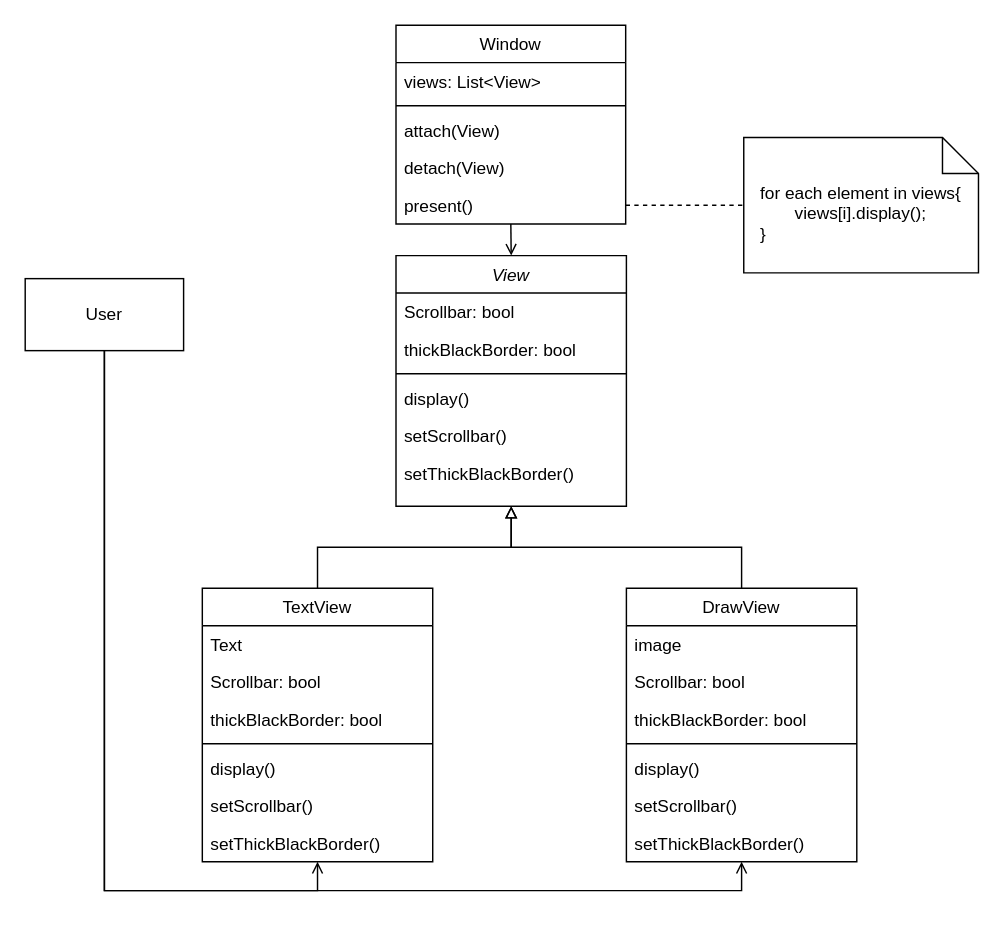
Above: 0506_HW1.drawio in Janette-Hua/111-1-Software-Engineering-Design (draw.io), before the change. Source tidied: cells renumbered, new cells numbered last; positions are measured from the earlier drawing's top-left corner, leaving out a move shared by most shapes. Both pictures are drawn from the tidied source at 144%, with x=0, y=0 at pixel (24, 24).
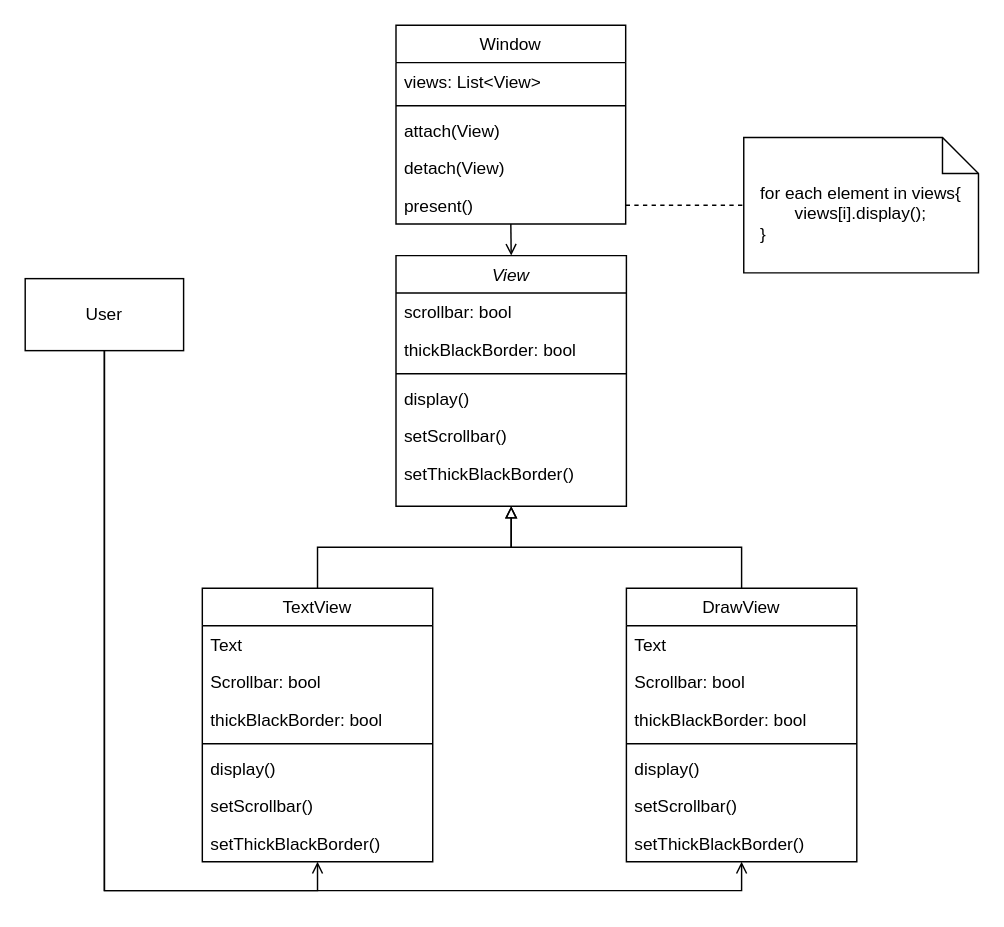
The same diagram, later.

Unchanged cells that the change refers to:
```xml
<mxCell id="19" value="DrawView" style="swimlane;fontStyle=0;align=center;verticalAlign=top;horizontal=1;startSize=26;rounded=0;shadow=0;strokeWidth=1;" parent="1" vertex="1">
  <mxGeometry x="417.5" y="391" width="160" height="190" as="geometry" />
</mxCell>
<mxCell id="27" value="View" style="swimlane;fontStyle=2;align=center;verticalAlign=top;horizontal=1;startSize=26;rounded=0;shadow=0;strokeWidth=1;" parent="1" vertex="1">
  <mxGeometry x="257.5" y="160" width="160" height="174" as="geometry" />
</mxCell>
```

What changed in the source:
```diff
@@
-    <mxCell id="20" value="image" style="text;align=left;verticalAlign=top;spacingLeft=4;spacingRight=4;overflow=hidden;" parent="19" vertex="1">
+    <mxCell id="20" value="Text" style="text;align=left;verticalAlign=top;spacingLeft=4;spacingRight=4;overflow=hidden;" parent="19" vertex="1">
       <mxGeometry y="26" width="160" height="26" as="geometry" />
     </mxCell>
@@
-    <mxCell id="28" value="Scrollbar: bool" style="text;align=left;verticalAlign=top;spacingLeft=4;spacingRight=4;overflow=hidden;" parent="27" vertex="1">
+    <mxCell id="28" value="scrollbar: bool" style="text;align=left;verticalAlign=top;spacingLeft=4;spacingRight=4;overflow=hidden;" parent="27" vertex="1">
       <mxGeometry y="26" width="160" height="26" as="geometry" />
     </mxCell>
```
